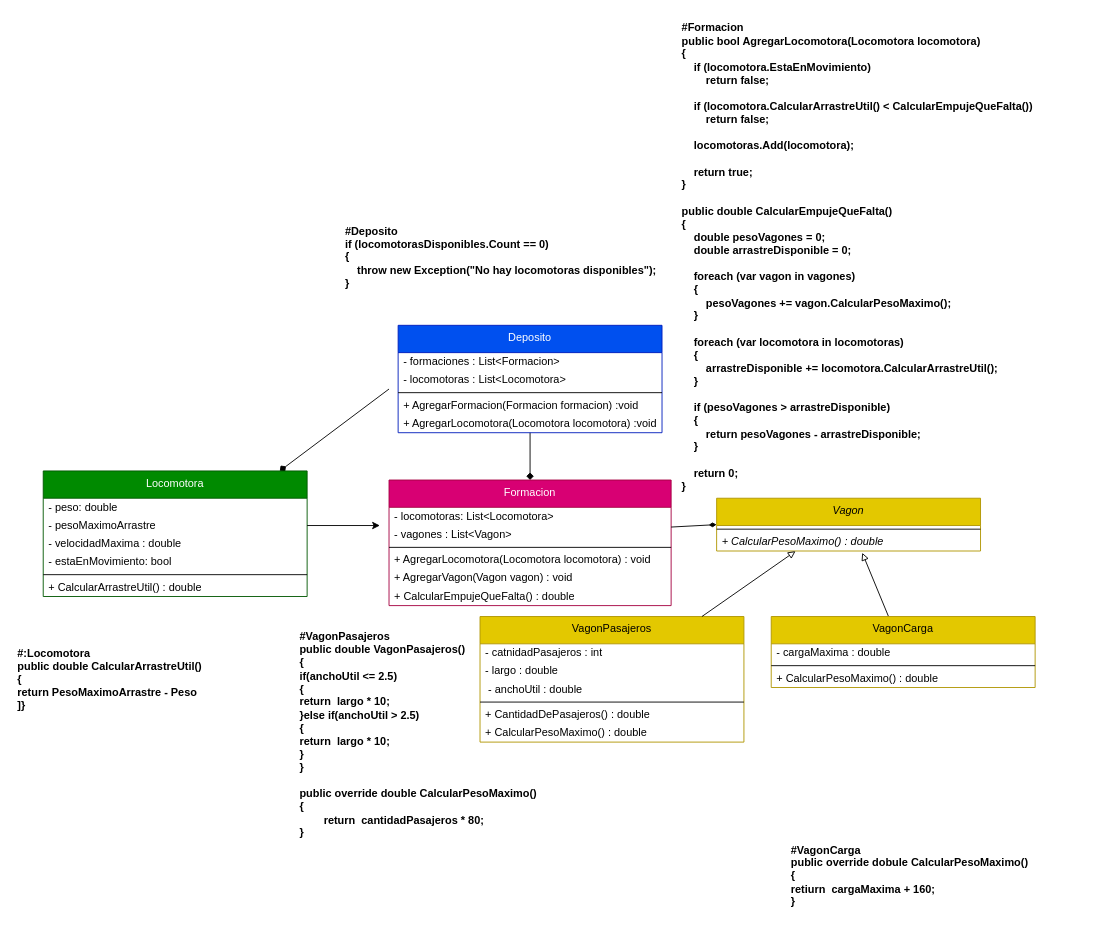
Before: clase_06/trenes.dio in EdgarSteinberg/programacion-2-repaso, a draw.io diagram. Source tidied: cells renumbered, new cells numbered last; positions are measured from the earlier drawing's top-left corner, leaving out a move shared by most shapes. Both pictures are drawn from the tidied source at 91%, with x=0, y=0 at pixel (15, 15).
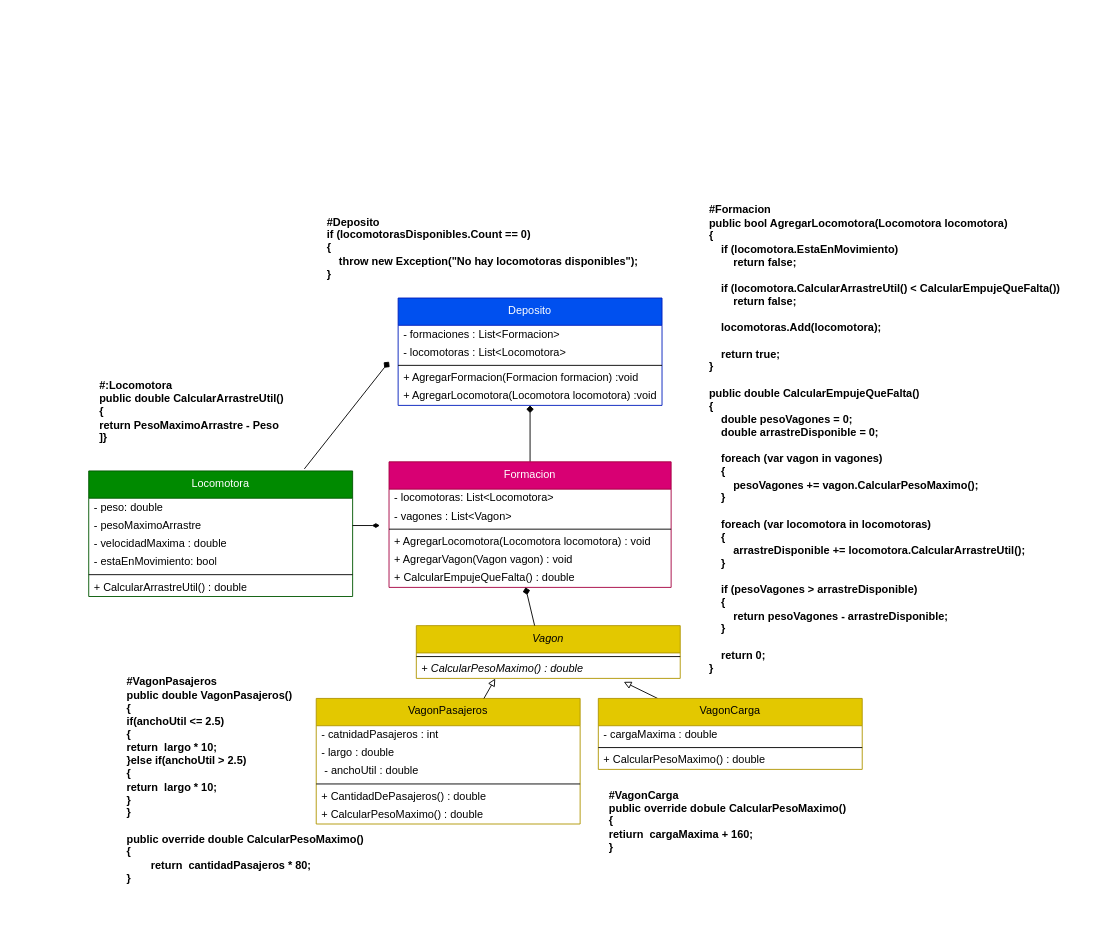
The same page after the edit.

Commit message (it also covers changes not shown here):
seprando en clases codeando ejercicio trenes

Unchanged cells that the change refers to:
```xml
<mxCell id="12" value="- vagones : List&amp;lt;Vagon&amp;gt;" style="text;html=1;strokeColor=none;fillColor=none;align=left;verticalAlign=middle;spacingLeft=4;spacingRight=4;overflow=hidden;points=[[0,0.5],[1,0.5]];portConstraint=eastwest;whiteSpace=wrap;" parent="10" vertex="1">
  <mxGeometry y="50" width="310" height="20" as="geometry" />
</mxCell>
<mxCell id="20" value="- pesoMaximoArrastre" style="text;html=1;strokeColor=none;fillColor=none;align=left;verticalAlign=middle;spacingLeft=4;spacingRight=4;overflow=hidden;points=[[0,0.5],[1,0.5]];portConstraint=eastwest;whiteSpace=wrap;" parent="17" vertex="1">
  <mxGeometry y="50" width="290" height="20" as="geometry" />
</mxCell>
<mxCell id="27" value="&lt;i&gt;+ CalcularPesoMaximo() : double&lt;/i&gt;" style="text;html=1;strokeColor=none;fillColor=none;align=left;verticalAlign=middle;spacingLeft=4;spacingRight=4;overflow=hidden;points=[[0,0.5],[1,0.5]];portConstraint=eastwest;whiteSpace=wrap;" parent="25" vertex="1">
  <mxGeometry y="38" width="290" height="20" as="geometry" />
</mxCell>
```

The edit, as a diff of the source:
```diff
@@
-    <mxCell id="2" style="edgeStyle=none;html=1;entryX=0.5;entryY=0;entryDx=0;entryDy=0;endArrow=diamond;endFill=1;" parent="1" edge="1" source="3" target="10">
+    <mxCell id="2" style="edgeStyle=none;html=1;entryX=0.5;entryY=0;entryDx=0;entryDy=0;endArrow=none;endFill=0;startArrow=diamond;startFill=1;" parent="1" edge="1" source="3" target="10">
       <mxGeometry relative="1" as="geometry" />
     </mxCell>
     <mxCell id="3" value="Deposito" style="swimlane;fontStyle=0;align=center;verticalAlign=top;horizontal=1;startSize=30;html=1;whiteSpace=wrap;fillColor=#0050ef;strokeColor=#001DBC;fontColor=#ffffff;" parent="1" vertex="1">
-      <mxGeometry x="420" y="340" width="290" height="118" as="geometry" />
+      <mxGeometry x="420" y="310" width="290" height="118" as="geometry" />
     </mxCell>
@@
-    <mxCell id="5" style="edgeStyle=none;html=1;endArrow=diamond;endFill=1;" parent="3" edge="1">
+    <mxCell id="5" style="edgeStyle=none;html=1;endArrow=none;endFill=0;startArrow=diamond;startFill=1;entryX=0.817;entryY=-0.016;entryDx=0;entryDy=0;entryPerimeter=0;" parent="3" edge="1" target="17">
       <mxGeometry relative="1" as="geometry">
         <mxPoint x="-10" y="70" as="sourcePoint" />
-        <mxPoint x="-130" y="160" as="targetPoint" />
       </mxGeometry>
     </mxCell>
@@
     <mxCell id="10" value="Formacion" style="swimlane;fontStyle=0;align=center;verticalAlign=top;horizontal=1;startSize=30;html=1;whiteSpace=wrap;fillColor=#d80073;strokeColor=#A50040;fontColor=#ffffff;" parent="1" vertex="1">
-      <mxGeometry x="410" y="510" width="310" height="138" as="geometry" />
+      <mxGeometry x="410" y="490" width="310" height="138" as="geometry" />
     </mxCell>
@@
     <mxCell id="17" value="Locomotora" style="swimlane;fontStyle=0;align=center;verticalAlign=top;horizontal=1;startSize=30;html=1;whiteSpace=wrap;fillColor=#008a00;fontColor=#ffffff;strokeColor=#005700;" parent="1" vertex="1">
-      <mxGeometry x="30" y="500" width="290" height="138" as="geometry" />
+      <mxGeometry x="80" y="500" width="290" height="138" as="geometry" />
     </mxCell>
@@
-    <mxCell id="19" style="edgeStyle=none;html=1;" parent="17" edge="1" source="20">
+    <mxCell id="19" style="edgeStyle=none;html=1;endArrow=diamondThin;endFill=1;" parent="17" edge="1" source="20">
       <mxGeometry relative="1" as="geometry">
-        <mxPoint x="370" y="60" as="targetPoint" />
+        <mxPoint x="320" y="60" as="targetPoint" />
       </mxGeometry>
     </mxCell>
@@
     <mxCell id="25" value="&lt;i&gt;Vagon&lt;/i&gt;" style="swimlane;fontStyle=0;align=center;verticalAlign=top;horizontal=1;startSize=30;html=1;whiteSpace=wrap;fillColor=#e3c800;strokeColor=#B09500;fontColor=#000000;" parent="1" vertex="1">
-      <mxGeometry x="770" y="530" width="290" height="58" as="geometry" />
+      <mxGeometry x="440" y="670" width="290" height="58" as="geometry" />
     </mxCell>
@@
     <mxCell id="28" value="VagonPasajeros" style="swimlane;fontStyle=0;align=center;verticalAlign=top;horizontal=1;startSize=30;html=1;whiteSpace=wrap;fillColor=#e3c800;strokeColor=#B09500;fontColor=#000000;" parent="1" vertex="1">
-      <mxGeometry x="510" y="660" width="290" height="138" as="geometry" />
+      <mxGeometry x="330" y="750" width="290" height="138" as="geometry" />
     </mxCell>
@@
-    <mxCell id="35" style="edgeStyle=none;html=1;endArrow=block;endFill=0;" parent="1" edge="1" source="36">
-      <mxGeometry relative="1" as="geometry">
-        <mxPoint x="930" y="590" as="targetPoint" />
-      </mxGeometry>
+    <mxCell id="35" style="edgeStyle=none;html=1;endArrow=block;endFill=0;entryX=0.786;entryY=1.19;entryDx=0;entryDy=0;entryPerimeter=0;" parent="1" edge="1" source="36" target="27">
+      <mxGeometry relative="1" as="geometry" />
     </mxCell>
     <mxCell id="36" value="VagonCarga" style="swimlane;fontStyle=0;align=center;verticalAlign=top;horizontal=1;startSize=30;html=1;whiteSpace=wrap;fillColor=#e3c800;strokeColor=#B09500;fontColor=#000000;" parent="1" vertex="1">
-      <mxGeometry x="830" y="660" width="290" height="78" as="geometry" />
+      <mxGeometry x="640" y="750" width="290" height="78" as="geometry" />
     </mxCell>
@@
     <mxCell id="40" value="&lt;b&gt;#VagonPasajeros&lt;/b&gt;&lt;div&gt;&lt;b&gt;public double VagonPasajeros()&lt;/b&gt;&lt;/div&gt;&lt;div&gt;&lt;b&gt;{&lt;/b&gt;&lt;/div&gt;&lt;div&gt;&lt;b&gt;if(anchoUtil &amp;lt;= 2.5)&lt;/b&gt;&lt;/div&gt;&lt;div&gt;&lt;b&gt;{&lt;/b&gt;&lt;/div&gt;&lt;div&gt;&lt;b&gt;return&amp;nbsp; largo * 10;&lt;/b&gt;&lt;/div&gt;&lt;div&gt;&lt;b&gt;}else if(anchoUtil &amp;gt; 2.5)&lt;/b&gt;&lt;/div&gt;&lt;div&gt;&lt;b&gt;{&lt;/b&gt;&lt;/div&gt;&lt;div&gt;&lt;b&gt;return&amp;nbsp; largo * 10;&lt;/b&gt;&lt;/div&gt;&lt;div&gt;&lt;b&gt;}&lt;/b&gt;&lt;/div&gt;&lt;div&gt;&lt;b&gt;}&lt;/b&gt;&lt;/div&gt;&lt;div&gt;&lt;b&gt;&lt;br&gt;&lt;/b&gt;&lt;/div&gt;&lt;div&gt;&lt;b&gt;public override double CalcularPesoMaximo()&lt;/b&gt;&lt;/div&gt;&lt;div&gt;&lt;b&gt;{&lt;/b&gt;&lt;/div&gt;&lt;div&gt;&lt;b&gt;&lt;span style=&quot;white-space: pre;&quot;&gt;&#9;&lt;/span&gt;return&amp;nbsp; cantidadPasajeros * 80;&lt;br&gt;&lt;/b&gt;&lt;/div&gt;&lt;div&gt;&lt;b&gt;}&lt;/b&gt;&lt;/div&gt;" style="text;html=1;align=left;verticalAlign=middle;strokeColor=none;fillColor=none;" parent="1" vertex="1">
-      <mxGeometry x="310" y="670" width="280" height="240" as="geometry" />
+      <mxGeometry x="120" y="720" width="280" height="240" as="geometry" />
     </mxCell>
     <mxCell id="41" value="&lt;b&gt;#VagonCarga&lt;/b&gt;&lt;div&gt;&lt;b&gt;public override dobule CalcularPesoMaximo()&lt;/b&gt;&lt;/div&gt;&lt;div&gt;&lt;b&gt;{&lt;/b&gt;&lt;/div&gt;&lt;div&gt;&lt;b&gt;retiurn&amp;nbsp; cargaMaxima + 160;&lt;/b&gt;&lt;/div&gt;&lt;div&gt;&lt;b&gt;}&lt;/b&gt;&lt;/div&gt;" style="text;html=1;align=left;verticalAlign=middle;strokeColor=none;fillColor=none;" parent="1" vertex="1">
-      <mxGeometry x="850" y="900" width="280" height="90" as="geometry" />
+      <mxGeometry x="650" y="840" width="280" height="90" as="geometry" />
     </mxCell>
@@
-    <mxCell id="43" style="edgeStyle=none;html=1;entryX=0;entryY=0.5;entryDx=0;entryDy=0;endArrow=diamondThin;endFill=1;" parent="1" edge="1" source="12" target="25">
-      <mxGeometry relative="1" as="geometry" />
+    <mxCell id="43" style="edgeStyle=none;html=1;endArrow=none;endFill=0;startArrow=diamond;startFill=1;exitX=0.048;exitY=1.17;exitDx=0;exitDy=0;exitPerimeter=0;" parent="1" edge="1">
+      <mxGeometry relative="1" as="geometry">
+        <mxPoint x="560" y="628" as="sourcePoint" />
+        <mxPoint x="570" y="670" as="targetPoint" />
+      </mxGeometry>
     </mxCell>
     <mxCell id="44" value="&lt;b&gt;#Formacion&lt;/b&gt;&lt;div&gt;&lt;div&gt;&lt;div&gt;&lt;b&gt;public bool AgregarLocomotora(Locomotora locomotora)&lt;/b&gt;&lt;/div&gt;&lt;div&gt;&lt;b&gt;{&lt;/b&gt;&lt;/div&gt;&lt;div&gt;&lt;b&gt;&amp;nbsp; &amp;nbsp; if (locomotora.EstaEnMovimiento)&lt;/b&gt;&lt;/div&gt;&lt;div&gt;&lt;b&gt;&amp;nbsp; &amp;nbsp; &amp;nbsp; &amp;nbsp; return false;&lt;/b&gt;&lt;/div&gt;&lt;div&gt;&lt;b&gt;&lt;br&gt;&lt;/b&gt;&lt;/div&gt;&lt;div&gt;&lt;b&gt;&amp;nbsp; &amp;nbsp; if (locomotora.CalcularArrastreUtil() &amp;lt; CalcularEmpujeQueFalta())&lt;/b&gt;&lt;/div&gt;&lt;div&gt;&lt;b&gt;&amp;nbsp; &amp;nbsp; &amp;nbsp; &amp;nbsp; return false;&lt;/b&gt;&lt;/div&gt;&lt;div&gt;&lt;b&gt;&lt;br&gt;&lt;/b&gt;&lt;/div&gt;&lt;div&gt;&lt;b&gt;&amp;nbsp; &amp;nbsp; locomotoras.Add(locomotora);&lt;/b&gt;&lt;/div&gt;&lt;div&gt;&lt;b&gt;&lt;br&gt;&lt;/b&gt;&lt;/div&gt;&lt;div&gt;&lt;b&gt;&amp;nbsp; &amp;nbsp; return true;&lt;/b&gt;&lt;/div&gt;&lt;div&gt;&lt;b&gt;}&lt;/b&gt;&lt;/div&gt;&lt;/div&gt;&lt;/div&gt;&lt;div&gt;&lt;b&gt;&lt;br&gt;&lt;/b&gt;&lt;/div&gt;&lt;div&gt;&lt;div&gt;&lt;b&gt;public double CalcularEmpujeQueFalta()&lt;/b&gt;&lt;/div&gt;&lt;div&gt;&lt;b&gt;{&lt;/b&gt;&lt;/div&gt;&lt;div&gt;&lt;b&gt;&amp;nbsp; &amp;nbsp; double pesoVagones = 0;&lt;/b&gt;&lt;/div&gt;&lt;div&gt;&lt;b&gt;&amp;nbsp; &amp;nbsp; double arrastreDisponible = 0;&lt;/b&gt;&lt;/div&gt;&lt;div&gt;&lt;b&gt;&lt;br&gt;&lt;/b&gt;&lt;/div&gt;&lt;div&gt;&lt;b&gt;&amp;nbsp; &amp;nbsp; foreach (var vagon in vagones)&lt;/b&gt;&lt;/div&gt;&lt;div&gt;&lt;b&gt;&amp;nbsp; &amp;nbsp; {&lt;/b&gt;&lt;/div&gt;&lt;div&gt;&lt;b&gt;&amp;nbsp; &amp;nbsp; &amp;nbsp; &amp;nbsp; pesoVagones += vagon.CalcularPesoMaximo();&lt;/b&gt;&lt;/div&gt;&lt;div&gt;&lt;b&gt;&amp;nbsp; &amp;nbsp; }&lt;/b&gt;&lt;/div&gt;&lt;div&gt;&lt;b&gt;&lt;br&gt;&lt;/b&gt;&lt;/div&gt;&lt;div&gt;&lt;b&gt;&amp;nbsp; &amp;nbsp; foreach (var locomotora in locomotoras)&lt;/b&gt;&lt;/div&gt;&lt;div&gt;&lt;b&gt;&amp;nbsp; &amp;nbsp; {&lt;/b&gt;&lt;/div&gt;&lt;div&gt;&lt;b&gt;&amp;nbsp; &amp;nbsp; &amp;nbsp; &amp;nbsp; arrastreDisponible += locomotora.CalcularArrastreUtil();&lt;/b&gt;&lt;/div&gt;&lt;div&gt;&lt;b&gt;&amp;nbsp; &amp;nbsp; }&lt;/b&gt;&lt;/div&gt;&lt;div&gt;&lt;b&gt;&lt;br&gt;&lt;/b&gt;&lt;/div&gt;&lt;div&gt;&lt;b&gt;&amp;nbsp; &amp;nbsp; if (pesoVagones &amp;gt; arrastreDisponible)&lt;/b&gt;&lt;/div&gt;&lt;div&gt;&lt;b&gt;&amp;nbsp; &amp;nbsp; {&lt;/b&gt;&lt;/div&gt;&lt;div&gt;&lt;b&gt;&amp;nbsp; &amp;nbsp; &amp;nbsp; &amp;nbsp; return pesoVagones - arrastreDisponible;&lt;/b&gt;&lt;/div&gt;&lt;div&gt;&lt;b&gt;&amp;nbsp; &amp;nbsp; }&lt;/b&gt;&lt;/div&gt;&lt;div&gt;&lt;b&gt;&lt;br&gt;&lt;/b&gt;&lt;/div&gt;&lt;div&gt;&lt;b&gt;&amp;nbsp; &amp;nbsp; return 0;&lt;/b&gt;&lt;/div&gt;&lt;div&gt;&lt;b&gt;}&lt;/b&gt;&lt;/div&gt;&lt;/div&gt;" style="text;html=1;align=left;verticalAlign=middle;strokeColor=none;fillColor=none;" parent="1" vertex="1">
-      <mxGeometry x="730" width="410" height="530" as="geometry" />
+      <mxGeometry x="760" y="200" width="410" height="530" as="geometry" />
     </mxCell>
     <mxCell id="45" value="&lt;b&gt;#Deposito&lt;/b&gt;&lt;div&gt;&lt;div&gt;&lt;b&gt;if (locomotorasDisponibles.Count == 0)&lt;/b&gt;&lt;/div&gt;&lt;div&gt;&lt;b&gt;{&lt;/b&gt;&lt;/div&gt;&lt;div&gt;&lt;b&gt;&amp;nbsp; &amp;nbsp; throw new Exception(&quot;No hay locomotoras disponibles&quot;);&lt;/b&gt;&lt;/div&gt;&lt;div&gt;&lt;b&gt;}&lt;/b&gt;&lt;/div&gt;&lt;/div&gt;" style="text;html=1;align=left;verticalAlign=middle;strokeColor=none;fillColor=none;" parent="1" vertex="1">
-      <mxGeometry x="360" y="220" width="370" height="90" as="geometry" />
+      <mxGeometry x="340" y="210" width="370" height="90" as="geometry" />
     </mxCell>
     <mxCell id="46" value="&lt;b&gt;#:Locomotora&lt;/b&gt;&lt;div&gt;&lt;b&gt;public double CalcularArrastreUtil()&lt;/b&gt;&lt;/div&gt;&lt;div&gt;&lt;b&gt;{&lt;/b&gt;&lt;/div&gt;&lt;div&gt;&lt;b&gt;return PesoMaximoArrastre - Peso&lt;/b&gt;&lt;/div&gt;&lt;div&gt;&lt;b&gt;]}&lt;/b&gt;&lt;/div&gt;" style="text;html=1;align=left;verticalAlign=middle;strokeColor=none;fillColor=none;" parent="1" vertex="1">
-      <mxGeometry y="684" width="230" height="90" as="geometry" />
+      <mxGeometry x="90" y="390" width="230" height="90" as="geometry" />
     </mxCell>
```
